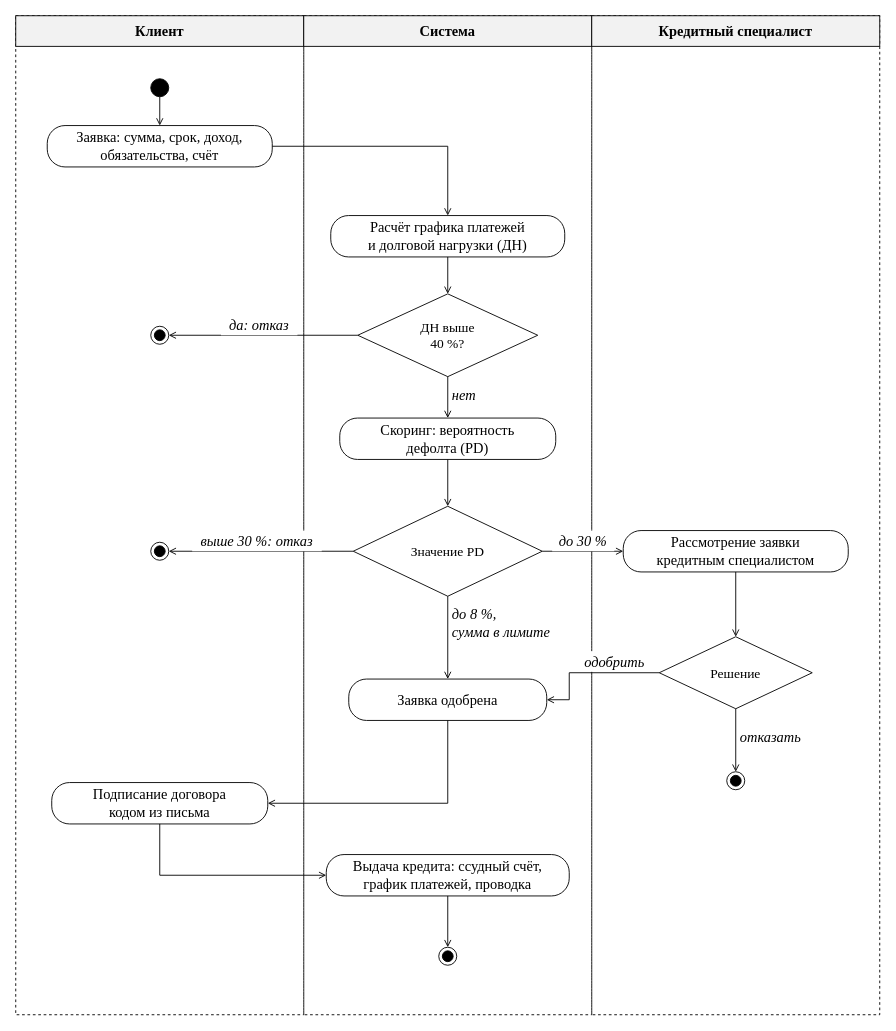
This is page "Оформление кредита" (3 of 6) of docs/diagrams/views.drawio from vladmeshkov/js-course-work, a draw.io file, before an edit. Source tidied: cells renumbered, new cells numbered last; positions are measured from the earlier drawing's top-left corner, leaving out a move shared by most shapes. Both pictures are drawn from the tidied source at 90%, with x=0, y=0 at pixel (15, 15).
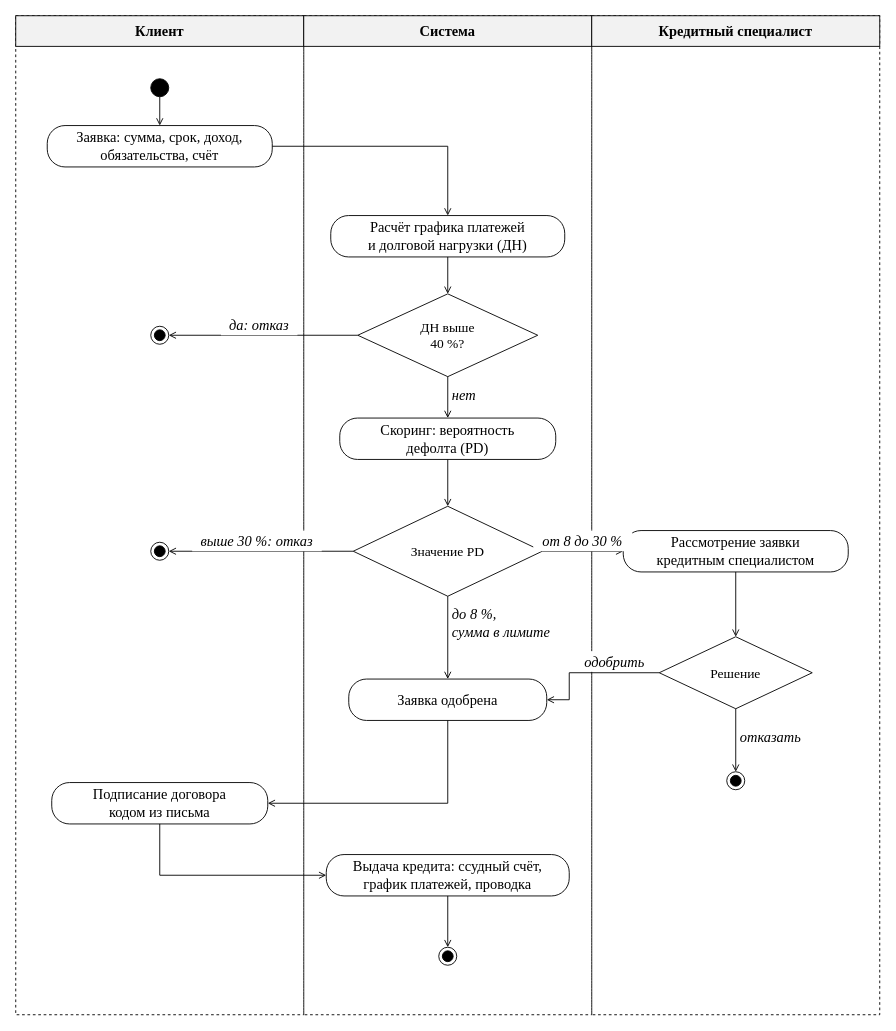
The same diagram, later.

Diff of the diagram source:
```diff
@@
-    <mxCell id="34" value="до 30 %" style="html=1;whiteSpace=wrap;fontFamily=Times New Roman;fontSize=16;text;fillColor=#FFFFFF;strokeColor=none;spacing=0;align=center;verticalAlign=middle;fontStyle=2;" parent="1" vertex="1">
-      <mxGeometry x="596" y="572" width="69" height="23" as="geometry" />
+    <mxCell id="34" value="от 8 до 30 %" style="html=1;whiteSpace=wrap;fontFamily=Times New Roman;fontSize=16;text;fillColor=#FFFFFF;strokeColor=none;spacing=0;align=center;verticalAlign=middle;fontStyle=2;" parent="1" vertex="1">
+      <mxGeometry x="575" y="572" width="110" height="23" as="geometry" />
     </mxCell>
```
